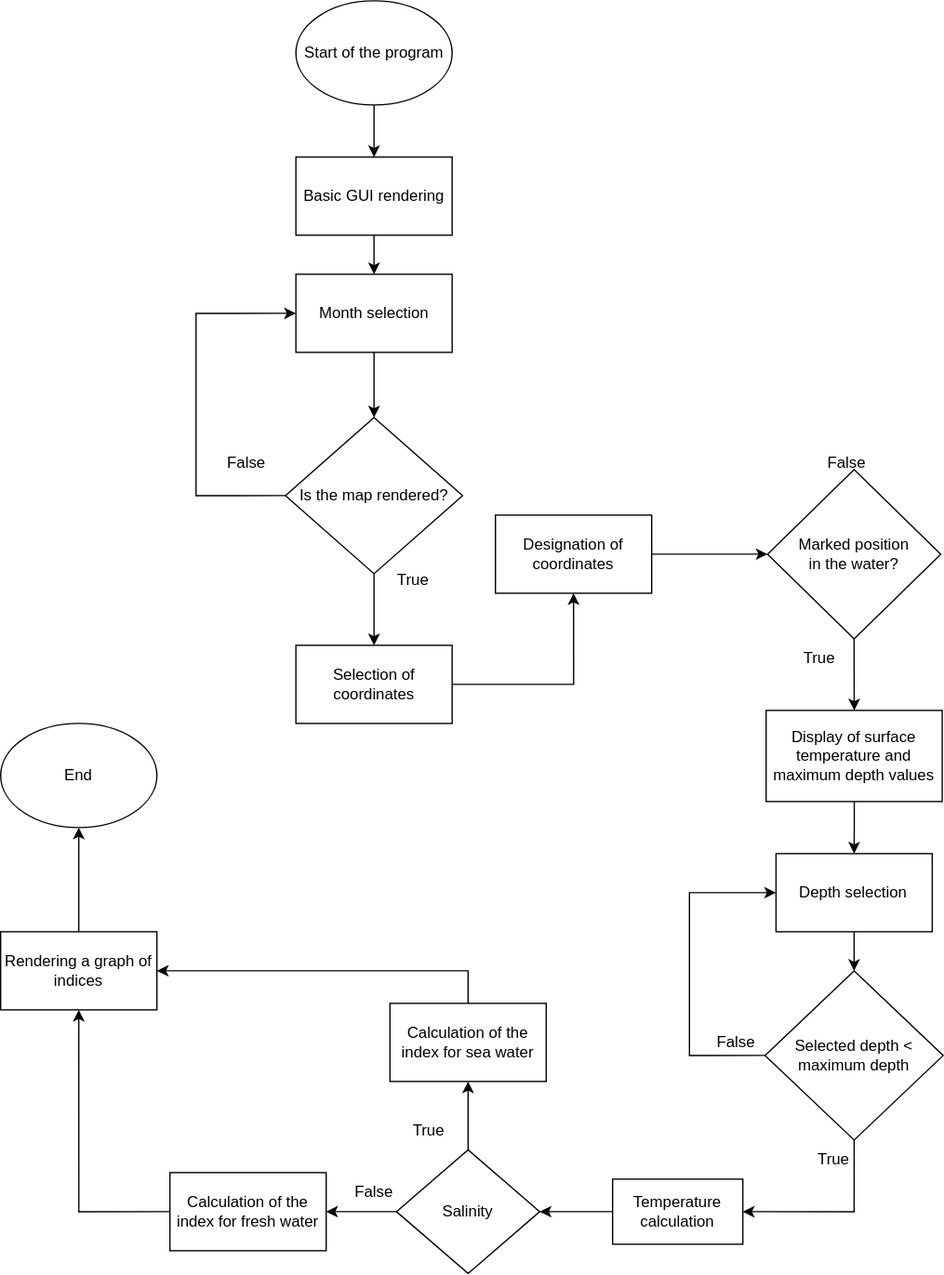
Above: world_map.drawio.svg in OndraFoltyn/digital-electronics-1 (draw.io), before the change. Source tidied: cells renumbered, new cells last; positions are measured from the earlier drawing's top-left corner, leaving out a move shared by most shapes.
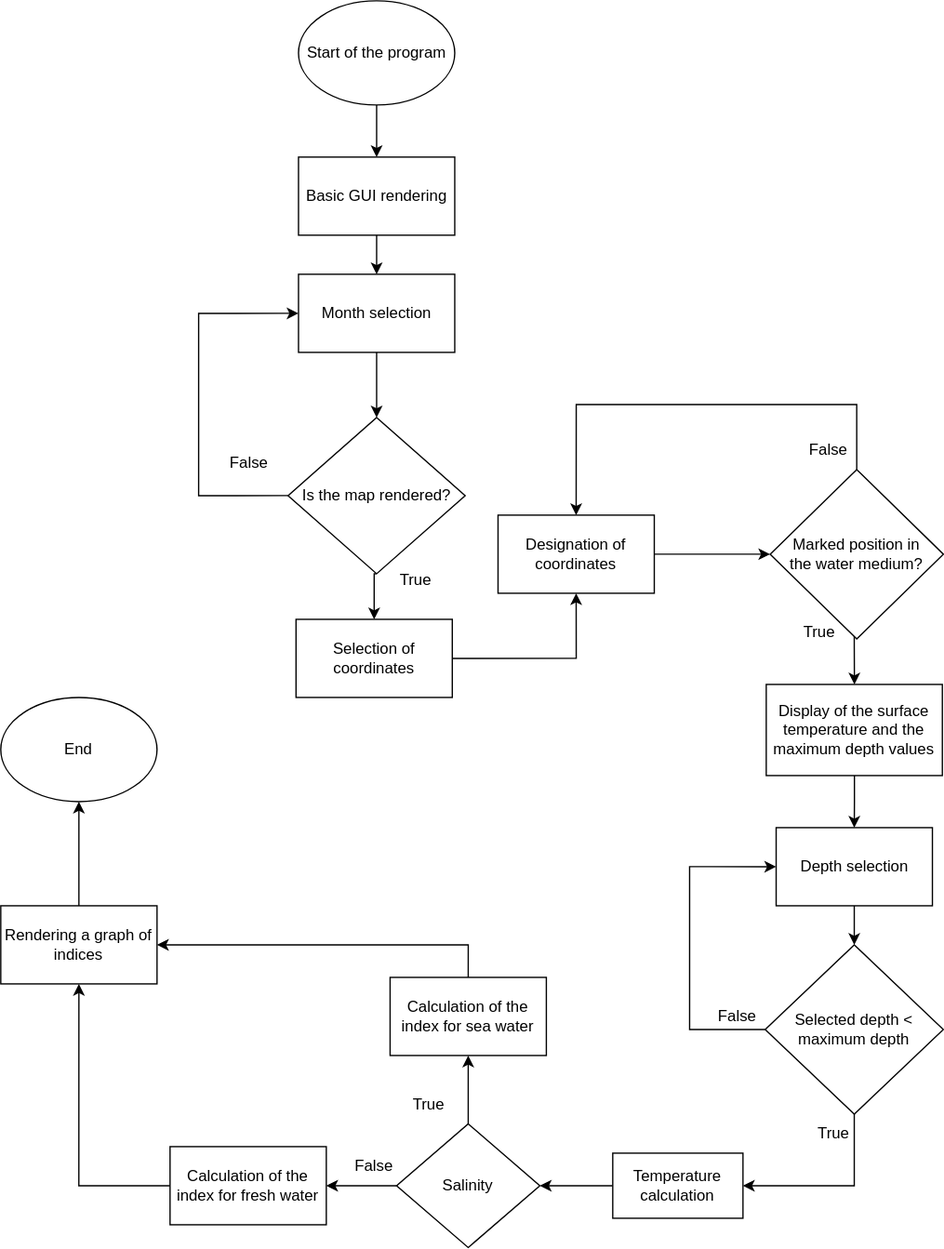
Above is the later version.

What changed in the source:
```diff
@@ -6,13 +6,13 @@
       <mxGeometry relative="1" as="geometry" />
     </mxCell>
     <mxCell id="3" value="Start of the program" style="ellipse;whiteSpace=wrap;html=1;" parent="1" vertex="1">
-      <mxGeometry x="226.8" width="120" height="80" as="geometry" />
+      <mxGeometry x="228.7" y="20" width="120" height="80" as="geometry" />
     </mxCell>
     <mxCell id="4" style="edgeStyle=orthogonalEdgeStyle;rounded=0;jettySize=auto;html=1;exitX=0.5;exitY=1;exitDx=0;exitDy=0;entryX=0.5;entryY=0;entryDx=0;entryDy=0;" parent="1" edge="1" source="5" target="43">
       <mxGeometry relative="1" as="geometry" />
     </mxCell>
     <mxCell id="5" value="Basic GUI rendering" style="whiteSpace=wrap;html=1;" parent="1" vertex="1">
-      <mxGeometry x="226.8" y="120" width="120" height="60" as="geometry" />
+      <mxGeometry x="228.7" y="140" width="120" height="60" as="geometry" />
     </mxCell>
     <mxCell id="6" style="edgeStyle=orthogonalEdgeStyle;rounded=0;jettySize=auto;html=1;exitX=1;exitY=0.5;exitDx=0;exitDy=0;entryX=0.5;entryY=1;entryDx=0;entryDy=0;" parent="1" edge="1" source="7" target="12">
       <mxGeometry relative="1" as="geometry" />
@@ -23,8 +23,8 @@
     <mxCell id="8" style="edgeStyle=orthogonalEdgeStyle;rounded=0;jettySize=auto;html=1;exitX=0;exitY=0.5;exitDx=0;exitDy=0;entryX=0;entryY=0.5;entryDx=0;entryDy=0;" parent="1" edge="1" source="10" target="43">
       <mxGeometry relative="1" as="geometry">
         <Array as="points">
-          <mxPoint x="150" y="380" />
-          <mxPoint x="150" y="240" />
+          <mxPoint x="151.9" y="400" />
+          <mxPoint x="151.9" y="260" />
         </Array>
       </mxGeometry>
     </mxCell>
@@ -32,33 +32,43 @@
       <mxGeometry relative="1" as="geometry" />
     </mxCell>
     <mxCell id="10" value="Is the map rendered?" style="rhombus;whiteSpace=wrap;html=1;" parent="1" vertex="1">
-      <mxGeometry x="218.8" y="320" width="136" height="120" as="geometry" />
+      <mxGeometry x="220.7" y="340" width="136" height="120" as="geometry" />
     </mxCell>
     <mxCell id="11" style="edgeStyle=orthogonalEdgeStyle;rounded=0;jettySize=auto;html=1;" parent="1" edge="1" source="12" target="16">
       <mxGeometry relative="1" as="geometry" />
     </mxCell>
     <mxCell id="12" value="Designation of coordinates" style="whiteSpace=wrap;html=1;" parent="1" vertex="1">
-      <mxGeometry x="380" y="395" width="120" height="60" as="geometry" />
+      <mxGeometry x="381.9" y="415" width="120" height="60" as="geometry" />
     </mxCell>
     <mxCell id="13" value="True" style="text;html=1;strokeColor=none;fillColor=none;align=center;verticalAlign=middle;whiteSpace=wrap;rounded=0;" parent="1" vertex="1">
-      <mxGeometry x="286.8" y="430" width="60" height="30" as="geometry" />
+      <mxGeometry x="288.7" y="450" width="60" height="30" as="geometry" />
     </mxCell>
     <mxCell id="14" value="False" style="text;html=1;strokeColor=none;fillColor=none;align=center;verticalAlign=middle;whiteSpace=wrap;rounded=0;" parent="1" vertex="1">
-      <mxGeometry x="158.8" y="340" width="60" height="30" as="geometry" />
+      <mxGeometry x="160.7" y="360" width="60" height="30" as="geometry" />
     </mxCell>
-    <mxCell id="15" style="edgeStyle=orthogonalEdgeStyle;rounded=0;jettySize=auto;html=1;" parent="1" edge="1" source="16" target="19">
-      <mxGeometry relative="1" as="geometry" />
+    <mxCell id="15" style="edgeStyle=orthogonalEdgeStyle;rounded=0;jettySize=auto;html=1;" parent="1" edge="1" target="19">
+      <mxGeometry relative="1" as="geometry">
+        <mxPoint x="655.5" y="490" as="sourcePoint" />
+      </mxGeometry>
     </mxCell>
+    <mxCell id="44" style="edgeStyle=orthogonalEdgeStyle;rounded=0;jettySize=auto;html=1;exitX=0.5;exitY=0;exitDx=0;exitDy=0;entryX=0.5;entryY=0;entryDx=0;entryDy=0;" parent="1" edge="1" source="16" target="12">
+      <mxGeometry relative="1" as="geometry">
+        <Array as="points">
+          <mxPoint x="656.9" y="330" />
+          <mxPoint x="441.9" y="330" />
+        </Array>
+      </mxGeometry>
+    </mxCell>
-    <mxCell id="16" value="Marked position &lt;br&gt;in the water?" style="rhombus;whiteSpace=wrap;html=1;" parent="1" vertex="1">
-      <mxGeometry x="589" y="360" width="133" height="130" as="geometry" />
+    <mxCell id="16" value="Marked position in &lt;br&gt;the water medium?" style="rhombus;whiteSpace=wrap;html=1;" parent="1" vertex="1">
+      <mxGeometry x="590.9" y="380" width="133" height="130" as="geometry" />
     </mxCell>
     <mxCell id="17" value="False" style="text;html=1;strokeColor=none;fillColor=none;align=center;verticalAlign=middle;whiteSpace=wrap;rounded=0;" parent="1" vertex="1">
-      <mxGeometry x="620.5" y="340" width="60" height="30" as="geometry" />
+      <mxGeometry x="606" y="350" width="60" height="30" as="geometry" />
     </mxCell>
     <mxCell id="18" style="edgeStyle=orthogonalEdgeStyle;rounded=0;jettySize=auto;html=1;" parent="1" edge="1" source="19" target="22">
       <mxGeometry relative="1" as="geometry" />
     </mxCell>
-    <mxCell id="19" value="Display of surface temperature and maximum depth values" style="whiteSpace=wrap;html=1;" parent="1" vertex="1">
+    <mxCell id="19" value="Display of the surface temperature and the maximum depth values" style="whiteSpace=wrap;html=1;" parent="1" vertex="1">
       <mxGeometry x="587.9" y="545" width="135.2" height="70" as="geometry" />
     </mxCell>
     <mxCell id="20" value="True" style="text;html=1;strokeColor=none;fillColor=none;align=center;verticalAlign=middle;whiteSpace=wrap;rounded=0;" parent="1" vertex="1">
@@ -136,7 +146,7 @@
       <mxGeometry relative="1" as="geometry" />
     </mxCell>
     <mxCell id="43" value="Month selection" style="rounded=0;whiteSpace=wrap;html=1;" parent="1" vertex="1">
-      <mxGeometry x="226.8" y="210" width="120" height="60" as="geometry" />
+      <mxGeometry x="228.7" y="230" width="120" height="60" as="geometry" />
     </mxCell>
   </root>
 </mxGraphModel>
```
